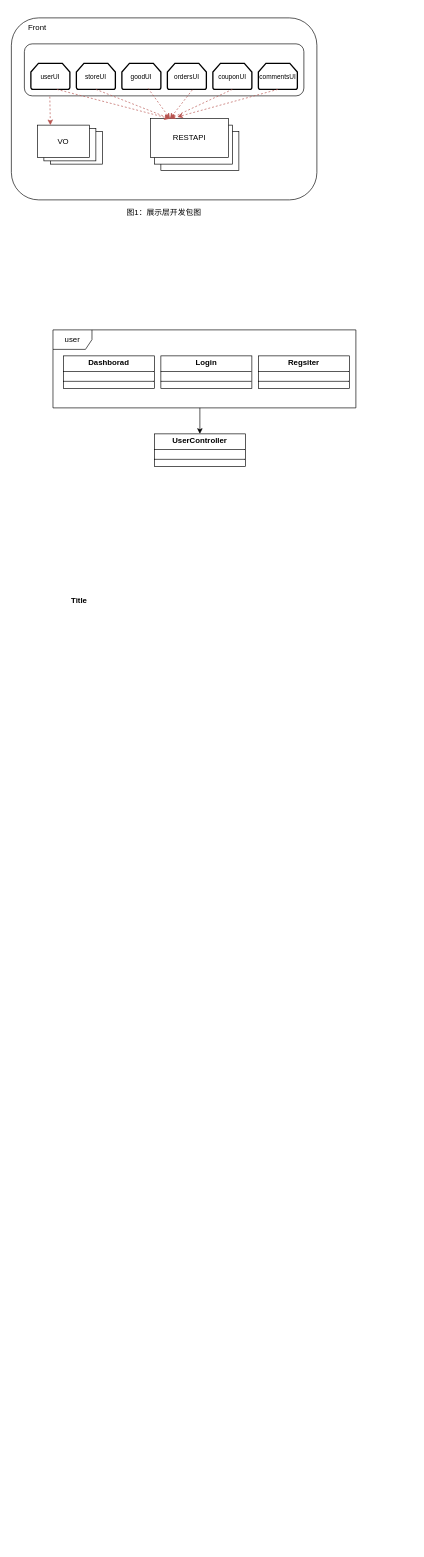
This is detailedDesign.drawio from 2458469953/SE2_picture, a draw.io file, before an edit. Source tidied: cells renumbered, new cells numbered last; positions are measured from the earlier drawing's top-left corner, leaving out a move shared by most shapes. Both pictures are drawn from the tidied source at 65%, with x=0, y=0 at pixel (11, 11).
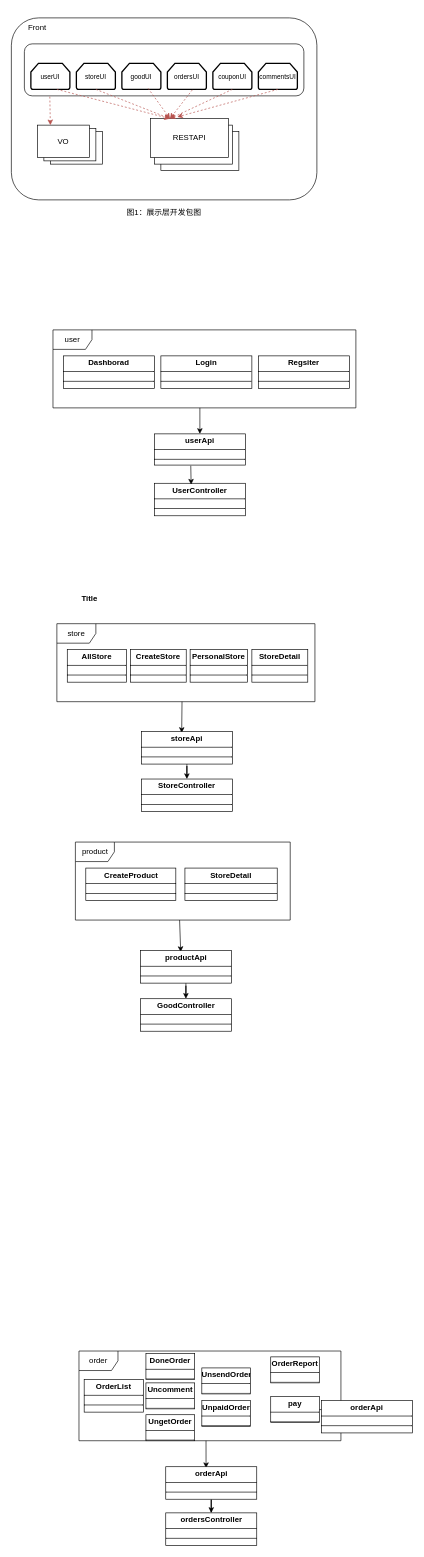
The same page after the edit.

Diff of the diagram source:
```diff
@@
-    <mxCell id="33" value="&lt;p style=&quot;margin:0px;margin-top:4px;text-align:center;&quot;&gt;&lt;b&gt;UserController&lt;/b&gt;&lt;/p&gt;&lt;hr size=&quot;1&quot; style=&quot;border-style:solid;&quot;&gt;&lt;div style=&quot;height:2px;&quot;&gt;&lt;/div&gt;&lt;hr size=&quot;1&quot; style=&quot;border-style:solid;&quot;&gt;&lt;div style=&quot;height:2px;&quot;&gt;&lt;/div&gt;" style="verticalAlign=top;align=left;overflow=fill;html=1;whiteSpace=wrap;" parent="1" vertex="1">
-      <mxGeometry x="220" y="650" width="140" height="50" as="geometry" />
+    <mxCell id="33" value="&lt;p style=&quot;margin:0px;margin-top:4px;text-align:center;&quot;&gt;&lt;b&gt;userApi&lt;/b&gt;&lt;/p&gt;&lt;hr size=&quot;1&quot; style=&quot;border-style:solid;&quot;&gt;&lt;div style=&quot;height:2px;&quot;&gt;&lt;/div&gt;&lt;hr size=&quot;1&quot; style=&quot;border-style:solid;&quot;&gt;&lt;div style=&quot;height:2px;&quot;&gt;&lt;/div&gt;" style="verticalAlign=top;align=left;overflow=fill;html=1;whiteSpace=wrap;" parent="1" vertex="1">
+      <mxGeometry x="220" y="650" width="140" height="48" as="geometry" />
     </mxCell>
     <mxCell id="34" value="Title" style="text;align=center;fontStyle=1;verticalAlign=middle;spacingLeft=3;spacingRight=3;strokeColor=none;html=1;" parent="1" vertex="1">
-      <mxGeometry x="64" y="894" width="80" height="26" as="geometry" />
+      <mxGeometry x="80" y="890" width="80" height="26" as="geometry" />
     </mxCell>
+    <mxCell id="35" value="&lt;p style=&quot;margin:0px;margin-top:4px;text-align:center;&quot;&gt;&lt;b&gt;AllStore&lt;/b&gt;&lt;/p&gt;&lt;hr size=&quot;1&quot; style=&quot;border-style:solid;&quot;&gt;&lt;div style=&quot;height:2px;&quot;&gt;&lt;/div&gt;&lt;hr size=&quot;1&quot; style=&quot;border-style:solid;&quot;&gt;&lt;div style=&quot;height:2px;&quot;&gt;&lt;/div&gt;" style="verticalAlign=top;align=left;overflow=fill;html=1;whiteSpace=wrap;" parent="1" vertex="1">
+      <mxGeometry x="86" y="982" width="91" height="50" as="geometry" />
+    </mxCell>
+    <mxCell id="36" value="&lt;p style=&quot;margin:0px;margin-top:4px;text-align:center;&quot;&gt;&lt;b&gt;CreateStore&lt;/b&gt;&lt;/p&gt;&lt;hr size=&quot;1&quot; style=&quot;border-style:solid;&quot;&gt;&lt;div style=&quot;height:2px;&quot;&gt;&lt;/div&gt;&lt;hr size=&quot;1&quot; style=&quot;border-style:solid;&quot;&gt;&lt;div style=&quot;height:2px;&quot;&gt;&lt;/div&gt;" style="verticalAlign=top;align=left;overflow=fill;html=1;whiteSpace=wrap;" parent="1" vertex="1">
+      <mxGeometry x="183" y="982" width="86" height="50" as="geometry" />
+    </mxCell>
+    <mxCell id="37" value="&lt;p style=&quot;margin:0px;margin-top:4px;text-align:center;&quot;&gt;&lt;b&gt;PersonalStore&lt;/b&gt;&lt;/p&gt;&lt;hr size=&quot;1&quot; style=&quot;border-style:solid;&quot;&gt;&lt;div style=&quot;height:2px;&quot;&gt;&lt;/div&gt;&lt;hr size=&quot;1&quot; style=&quot;border-style:solid;&quot;&gt;&lt;div style=&quot;height:2px;&quot;&gt;&lt;/div&gt;" style="verticalAlign=top;align=left;overflow=fill;html=1;whiteSpace=wrap;" parent="1" vertex="1">
+      <mxGeometry x="275" y="982" width="88" height="50" as="geometry" />
+    </mxCell>
+    <mxCell id="38" value="store" style="shape=umlFrame;whiteSpace=wrap;html=1;" parent="1" vertex="1">
+      <mxGeometry x="70" y="942" width="397" height="120" as="geometry" />
+    </mxCell>
+    <mxCell id="39" style="endArrow=classic;html=1;rounded=0;exitX=0.485;exitY=1;exitDx=0;exitDy=0;exitPerimeter=0;entryX=0.443;entryY=0.04;entryDx=0;entryDy=0;entryPerimeter=0;" parent="1" edge="1" source="38" target="41">
+      <mxGeometry relative="1" as="geometry" />
+    </mxCell>
+    <mxCell id="40" style="edgeStyle=orthogonalEdgeStyle;rounded=0;jettySize=auto;html=1;" parent="1" edge="1" source="41" target="45">
+      <mxGeometry relative="1" as="geometry" />
+    </mxCell>
+    <mxCell id="41" value="&lt;p style=&quot;margin:0px;margin-top:4px;text-align:center;&quot;&gt;&lt;b&gt;storeApi&lt;/b&gt;&lt;/p&gt;&lt;hr size=&quot;1&quot; style=&quot;border-style:solid;&quot;&gt;&lt;div style=&quot;height:2px;&quot;&gt;&lt;/div&gt;&lt;hr size=&quot;1&quot; style=&quot;border-style:solid;&quot;&gt;&lt;div style=&quot;height:2px;&quot;&gt;&lt;/div&gt;" style="verticalAlign=top;align=left;overflow=fill;html=1;whiteSpace=wrap;" parent="1" vertex="1">
+      <mxGeometry x="200" y="1108" width="140" height="50" as="geometry" />
+    </mxCell>
+    <mxCell id="42" value="&lt;p style=&quot;margin:0px;margin-top:4px;text-align:center;&quot;&gt;&lt;b&gt;StoreDetail&lt;/b&gt;&lt;/p&gt;&lt;hr size=&quot;1&quot; style=&quot;border-style:solid;&quot;&gt;&lt;div style=&quot;height:2px;&quot;&gt;&lt;/div&gt;&lt;hr size=&quot;1&quot; style=&quot;border-style:solid;&quot;&gt;&lt;div style=&quot;height:2px;&quot;&gt;&lt;/div&gt;" style="verticalAlign=top;align=left;overflow=fill;html=1;whiteSpace=wrap;" parent="1" vertex="1">
+      <mxGeometry x="370" y="982" width="86" height="50" as="geometry" />
+    </mxCell>
+    <mxCell id="43" value="&lt;p style=&quot;margin:0px;margin-top:4px;text-align:center;&quot;&gt;&lt;b&gt;UserController&lt;/b&gt;&lt;/p&gt;&lt;hr size=&quot;1&quot; style=&quot;border-style:solid;&quot;&gt;&lt;div style=&quot;height:2px;&quot;&gt;&lt;/div&gt;&lt;hr size=&quot;1&quot; style=&quot;border-style:solid;&quot;&gt;&lt;div style=&quot;height:2px;&quot;&gt;&lt;/div&gt;" style="verticalAlign=top;align=left;overflow=fill;html=1;whiteSpace=wrap;" parent="1" vertex="1">
+      <mxGeometry x="220" y="726" width="140" height="50" as="geometry" />
+    </mxCell>
+    <mxCell id="44" style="endArrow=classic;html=1;rounded=0;entryX=0.404;entryY=0.04;entryDx=0;entryDy=0;entryPerimeter=0;" parent="1" edge="1" target="43">
+      <mxGeometry relative="1" as="geometry">
+        <mxPoint x="276" y="699" as="sourcePoint" />
+      </mxGeometry>
+    </mxCell>
+    <mxCell id="45" value="&lt;p style=&quot;margin:0px;margin-top:4px;text-align:center;&quot;&gt;&lt;b&gt;StoreController&lt;/b&gt;&lt;/p&gt;&lt;hr size=&quot;1&quot; style=&quot;border-style:solid;&quot;&gt;&lt;div style=&quot;height:2px;&quot;&gt;&lt;/div&gt;&lt;hr size=&quot;1&quot; style=&quot;border-style:solid;&quot;&gt;&lt;div style=&quot;height:2px;&quot;&gt;&lt;/div&gt;" style="verticalAlign=top;align=left;overflow=fill;html=1;whiteSpace=wrap;" parent="1" vertex="1">
+      <mxGeometry x="200" y="1181" width="140" height="50" as="geometry" />
+    </mxCell>
+    <mxCell id="46" value="&lt;p style=&quot;margin:0px;margin-top:4px;text-align:center;&quot;&gt;&lt;b&gt;CreateProduct&lt;/b&gt;&lt;/p&gt;&lt;hr size=&quot;1&quot; style=&quot;border-style:solid;&quot;&gt;&lt;div style=&quot;height:2px;&quot;&gt;&lt;/div&gt;&lt;hr size=&quot;1&quot; style=&quot;border-style:solid;&quot;&gt;&lt;div style=&quot;height:2px;&quot;&gt;&lt;/div&gt;" style="verticalAlign=top;align=left;overflow=fill;html=1;whiteSpace=wrap;" parent="1" vertex="1">
+      <mxGeometry x="114.5" y="1318" width="138.5" height="50" as="geometry" />
+    </mxCell>
+    <mxCell id="47" value="product" style="shape=umlFrame;whiteSpace=wrap;html=1;" parent="1" vertex="1">
+      <mxGeometry x="98.5" y="1278" width="330.5" height="120" as="geometry" />
+    </mxCell>
+    <mxCell id="48" style="endArrow=classic;html=1;rounded=0;exitX=0.485;exitY=1;exitDx=0;exitDy=0;exitPerimeter=0;entryX=0.443;entryY=0.04;entryDx=0;entryDy=0;entryPerimeter=0;" parent="1" edge="1" source="47" target="50">
+      <mxGeometry relative="1" as="geometry" />
+    </mxCell>
+    <mxCell id="49" style="edgeStyle=orthogonalEdgeStyle;rounded=0;jettySize=auto;html=1;" parent="1" edge="1" source="50" target="52">
+      <mxGeometry relative="1" as="geometry" />
+    </mxCell>
+    <mxCell id="50" value="&lt;p style=&quot;margin:0px;margin-top:4px;text-align:center;&quot;&gt;&lt;b&gt;productApi&lt;/b&gt;&lt;/p&gt;&lt;hr size=&quot;1&quot; style=&quot;border-style:solid;&quot;&gt;&lt;div style=&quot;height:2px;&quot;&gt;&lt;/div&gt;&lt;hr size=&quot;1&quot; style=&quot;border-style:solid;&quot;&gt;&lt;div style=&quot;height:2px;&quot;&gt;&lt;/div&gt;" style="verticalAlign=top;align=left;overflow=fill;html=1;whiteSpace=wrap;" parent="1" vertex="1">
+      <mxGeometry x="198.5" y="1445" width="140" height="50" as="geometry" />
+    </mxCell>
+    <mxCell id="51" value="&lt;p style=&quot;margin:0px;margin-top:4px;text-align:center;&quot;&gt;&lt;b&gt;StoreDetail&lt;/b&gt;&lt;/p&gt;&lt;hr size=&quot;1&quot; style=&quot;border-style:solid;&quot;&gt;&lt;div style=&quot;height:2px;&quot;&gt;&lt;/div&gt;&lt;hr size=&quot;1&quot; style=&quot;border-style:solid;&quot;&gt;&lt;div style=&quot;height:2px;&quot;&gt;&lt;/div&gt;" style="verticalAlign=top;align=left;overflow=fill;html=1;whiteSpace=wrap;" parent="1" vertex="1">
+      <mxGeometry x="267" y="1318" width="142" height="50" as="geometry" />
+    </mxCell>
+    <mxCell id="52" value="&lt;p style=&quot;margin:0px;margin-top:4px;text-align:center;&quot;&gt;&lt;b&gt;GoodController&lt;/b&gt;&lt;/p&gt;&lt;hr size=&quot;1&quot; style=&quot;border-style:solid;&quot;&gt;&lt;div style=&quot;height:2px;&quot;&gt;&lt;/div&gt;&lt;hr size=&quot;1&quot; style=&quot;border-style:solid;&quot;&gt;&lt;div style=&quot;height:2px;&quot;&gt;&lt;/div&gt;" style="verticalAlign=top;align=left;overflow=fill;html=1;whiteSpace=wrap;" parent="1" vertex="1">
+      <mxGeometry x="198.5" y="1519" width="140" height="50" as="geometry" />
+    </mxCell>
+    <mxCell id="53" value="&lt;p style=&quot;margin:0px;margin-top:4px;text-align:center;&quot;&gt;&lt;b&gt;OrderList&lt;/b&gt;&lt;/p&gt;&lt;hr size=&quot;1&quot; style=&quot;border-style:solid;&quot;&gt;&lt;div style=&quot;height:2px;&quot;&gt;&lt;/div&gt;&lt;hr size=&quot;1&quot; style=&quot;border-style:solid;&quot;&gt;&lt;div style=&quot;height:2px;&quot;&gt;&lt;/div&gt;" style="verticalAlign=top;align=left;overflow=fill;html=1;whiteSpace=wrap;" parent="1" vertex="1">
+      <mxGeometry x="112" y="2105" width="91" height="50" as="geometry" />
+    </mxCell>
+    <mxCell id="54" value="&lt;p style=&quot;margin:0px;margin-top:4px;text-align:center;&quot;&gt;&lt;b&gt;DoneOrder&lt;/b&gt;&lt;/p&gt;&lt;hr size=&quot;1&quot; style=&quot;border-style:solid;&quot;&gt;&lt;div style=&quot;height:2px;&quot;&gt;&lt;/div&gt;&lt;hr size=&quot;1&quot; style=&quot;border-style:solid;&quot;&gt;&lt;div style=&quot;height:2px;&quot;&gt;&lt;/div&gt;" style="verticalAlign=top;align=left;overflow=fill;html=1;whiteSpace=wrap;" parent="1" vertex="1">
+      <mxGeometry x="207" y="2065" width="75" height="40" as="geometry" />
+    </mxCell>
+    <mxCell id="55" value="order" style="shape=umlFrame;whiteSpace=wrap;html=1;" parent="1" vertex="1">
+      <mxGeometry x="104" y="2061" width="403" height="138" as="geometry" />
+    </mxCell>
+    <mxCell id="56" style="endArrow=classic;html=1;rounded=0;exitX=0.485;exitY=1;exitDx=0;exitDy=0;exitPerimeter=0;entryX=0.443;entryY=0.04;entryDx=0;entryDy=0;entryPerimeter=0;" parent="1" edge="1" source="55" target="58">
+      <mxGeometry relative="1" as="geometry" />
+    </mxCell>
+    <mxCell id="57" style="edgeStyle=orthogonalEdgeStyle;rounded=0;jettySize=auto;html=1;" parent="1" edge="1" source="58" target="59">
+      <mxGeometry relative="1" as="geometry" />
+    </mxCell>
+    <mxCell id="58" value="&lt;p style=&quot;margin:0px;margin-top:4px;text-align:center;&quot;&gt;&lt;b&gt;orderApi&lt;/b&gt;&lt;/p&gt;&lt;hr size=&quot;1&quot; style=&quot;border-style:solid;&quot;&gt;&lt;div style=&quot;height:2px;&quot;&gt;&lt;/div&gt;&lt;hr size=&quot;1&quot; style=&quot;border-style:solid;&quot;&gt;&lt;div style=&quot;height:2px;&quot;&gt;&lt;/div&gt;" style="verticalAlign=top;align=left;overflow=fill;html=1;whiteSpace=wrap;" parent="1" vertex="1">
+      <mxGeometry x="237.5" y="2239" width="140" height="50" as="geometry" />
+    </mxCell>
+    <mxCell id="59" value="&lt;p style=&quot;margin:0px;margin-top:4px;text-align:center;&quot;&gt;&lt;b&gt;ordersController&lt;/b&gt;&lt;/p&gt;&lt;hr size=&quot;1&quot; style=&quot;border-style:solid;&quot;&gt;&lt;div style=&quot;height:2px;&quot;&gt;&lt;/div&gt;&lt;hr size=&quot;1&quot; style=&quot;border-style:solid;&quot;&gt;&lt;div style=&quot;height:2px;&quot;&gt;&lt;/div&gt;" style="verticalAlign=top;align=left;overflow=fill;html=1;whiteSpace=wrap;" parent="1" vertex="1">
+      <mxGeometry x="237.5" y="2310" width="140" height="50" as="geometry" />
+    </mxCell>
+    <mxCell id="60" value="&lt;p style=&quot;margin:0px;margin-top:4px;text-align:center;&quot;&gt;&lt;b&gt;Uncomment&lt;/b&gt;&lt;/p&gt;&lt;hr size=&quot;1&quot; style=&quot;border-style:solid;&quot;&gt;&lt;div style=&quot;height:2px;&quot;&gt;&lt;/div&gt;&lt;hr size=&quot;1&quot; style=&quot;border-style:solid;&quot;&gt;&lt;div style=&quot;height:2px;&quot;&gt;&lt;/div&gt;" style="verticalAlign=top;align=left;overflow=fill;html=1;whiteSpace=wrap;" parent="1" vertex="1">
+      <mxGeometry x="207" y="2110" width="75" height="40" as="geometry" />
+    </mxCell>
+    <mxCell id="61" value="&lt;p style=&quot;margin:0px;margin-top:4px;text-align:center;&quot;&gt;&lt;b&gt;UnpaidOrder&lt;/b&gt;&lt;/p&gt;&lt;hr size=&quot;1&quot; style=&quot;border-style:solid;&quot;&gt;&lt;div style=&quot;height:2px;&quot;&gt;&lt;/div&gt;&lt;hr size=&quot;1&quot; style=&quot;border-style:solid;&quot;&gt;&lt;div style=&quot;height:2px;&quot;&gt;&lt;/div&gt;" style="verticalAlign=top;align=left;overflow=fill;html=1;whiteSpace=wrap;" parent="1" vertex="1">
+      <mxGeometry x="293" y="2137" width="75" height="40" as="geometry" />
+    </mxCell>
+    <mxCell id="62" value="&lt;p style=&quot;margin:0px;margin-top:4px;text-align:center;&quot;&gt;&lt;b&gt;UngetOrder&lt;/b&gt;&lt;/p&gt;&lt;hr size=&quot;1&quot; style=&quot;border-style:solid;&quot;&gt;&lt;div style=&quot;height:2px;&quot;&gt;&lt;/div&gt;&lt;hr size=&quot;1&quot; style=&quot;border-style:solid;&quot;&gt;&lt;div style=&quot;height:2px;&quot;&gt;&lt;/div&gt;" style="verticalAlign=top;align=left;overflow=fill;html=1;whiteSpace=wrap;" parent="1" vertex="1">
+      <mxGeometry x="207" y="2159" width="75" height="40" as="geometry" />
+    </mxCell>
+    <mxCell id="63" value="&lt;p style=&quot;margin:0px;margin-top:4px;text-align:center;&quot;&gt;&lt;b&gt;UnsendOrder&lt;/b&gt;&lt;/p&gt;&lt;hr size=&quot;1&quot; style=&quot;border-style:solid;&quot;&gt;&lt;div style=&quot;height:2px;&quot;&gt;&lt;/div&gt;&lt;hr size=&quot;1&quot; style=&quot;border-style:solid;&quot;&gt;&lt;div style=&quot;height:2px;&quot;&gt;&lt;/div&gt;" style="verticalAlign=top;align=left;overflow=fill;html=1;whiteSpace=wrap;" parent="1" vertex="1">
+      <mxGeometry x="293" y="2087" width="75" height="40" as="geometry" />
+    </mxCell>
+    <mxCell id="64" value="&lt;p style=&quot;margin:0px;margin-top:4px;text-align:center;&quot;&gt;&lt;b&gt;OrderReport&lt;/b&gt;&lt;/p&gt;&lt;hr size=&quot;1&quot; style=&quot;border-style:solid;&quot;&gt;&lt;div style=&quot;height:2px;&quot;&gt;&lt;/div&gt;&lt;hr size=&quot;1&quot; style=&quot;border-style:solid;&quot;&gt;&lt;div style=&quot;height:2px;&quot;&gt;&lt;/div&gt;" style="verticalAlign=top;align=left;overflow=fill;html=1;whiteSpace=wrap;" parent="1" vertex="1">
+      <mxGeometry x="399" y="2070" width="75" height="40" as="geometry" />
+    </mxCell>
+    <mxCell id="65" value="&lt;p style=&quot;margin:0px;margin-top:4px;text-align:center;&quot;&gt;&lt;b&gt;pay&lt;/b&gt;&lt;/p&gt;&lt;hr size=&quot;1&quot; style=&quot;border-style:solid;&quot;&gt;&lt;div style=&quot;height:2px;&quot;&gt;&lt;/div&gt;&lt;hr size=&quot;1&quot; style=&quot;border-style:solid;&quot;&gt;&lt;div style=&quot;height:2px;&quot;&gt;&lt;/div&gt;" style="verticalAlign=top;align=left;overflow=fill;html=1;whiteSpace=wrap;" parent="1" vertex="1">
+      <mxGeometry x="399" y="2131" width="75" height="40" as="geometry" />
+    </mxCell>
+    <mxCell id="66" style="endArrow=classic;html=1;rounded=0;exitX=1;exitY=0.5;exitDx=0;exitDy=0;" parent="1" edge="1" source="65">
+      <mxGeometry relative="1" as="geometry">
+        <mxPoint x="533" y="2154" as="targetPoint" />
+      </mxGeometry>
+    </mxCell>
+    <mxCell id="67" value="&lt;p style=&quot;margin:0px;margin-top:4px;text-align:center;&quot;&gt;&lt;b&gt;orderApi&lt;/b&gt;&lt;/p&gt;&lt;hr size=&quot;1&quot; style=&quot;border-style:solid;&quot;&gt;&lt;div style=&quot;height:2px;&quot;&gt;&lt;/div&gt;&lt;hr size=&quot;1&quot; style=&quot;border-style:solid;&quot;&gt;&lt;div style=&quot;height:2px;&quot;&gt;&lt;/div&gt;" style="verticalAlign=top;align=left;overflow=fill;html=1;whiteSpace=wrap;" parent="1" vertex="1">
+      <mxGeometry x="477" y="2137" width="140" height="50" as="geometry" />
+    </mxCell>
```
